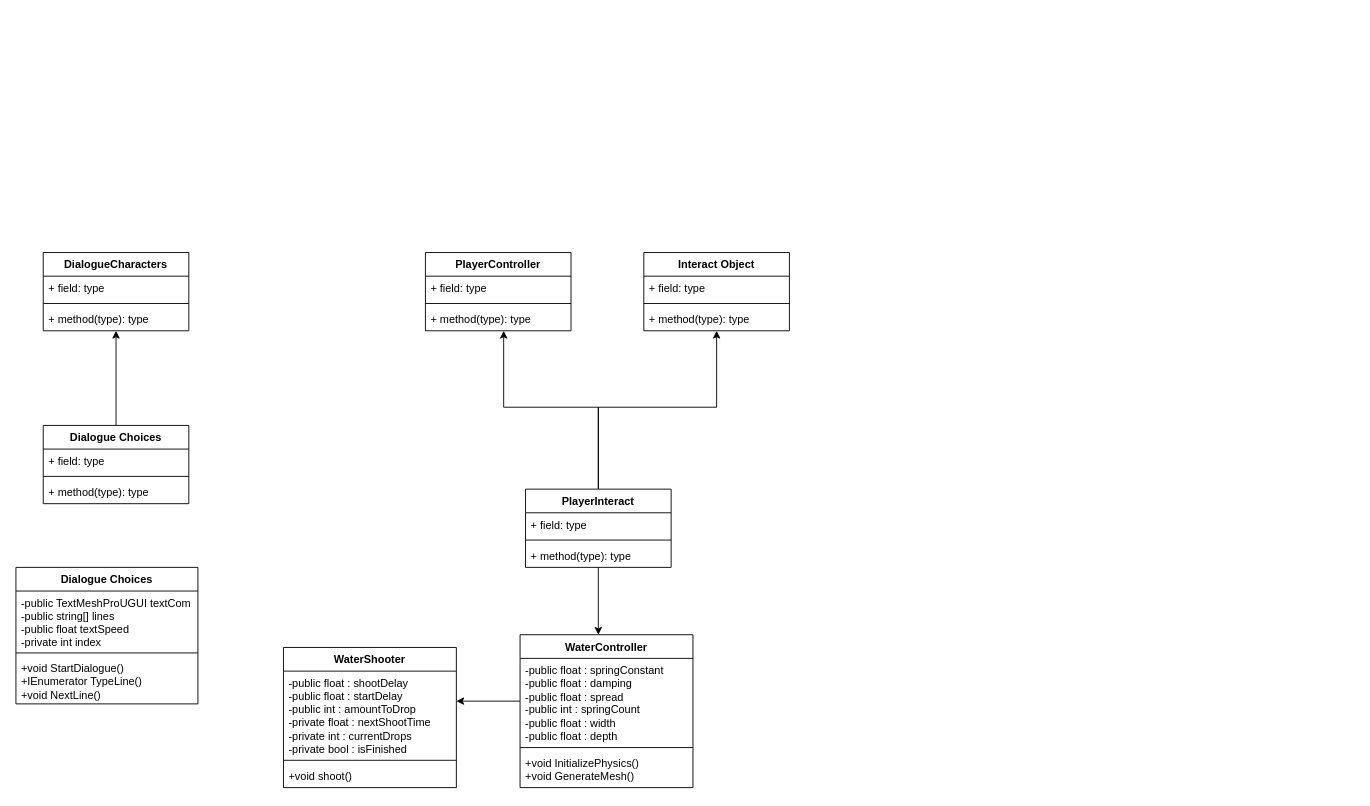
Above: skibidi Diagram.drawio in Blindman2233/ForDiagram (draw.io), before the change. Source tidied: cells renumbered, new cells numbered last; positions are measured from the earlier drawing's top-left corner, leaving out a move shared by most shapes. Both pictures are drawn from the tidied source at 91%, with x=0, y=0 at pixel (15, 252).
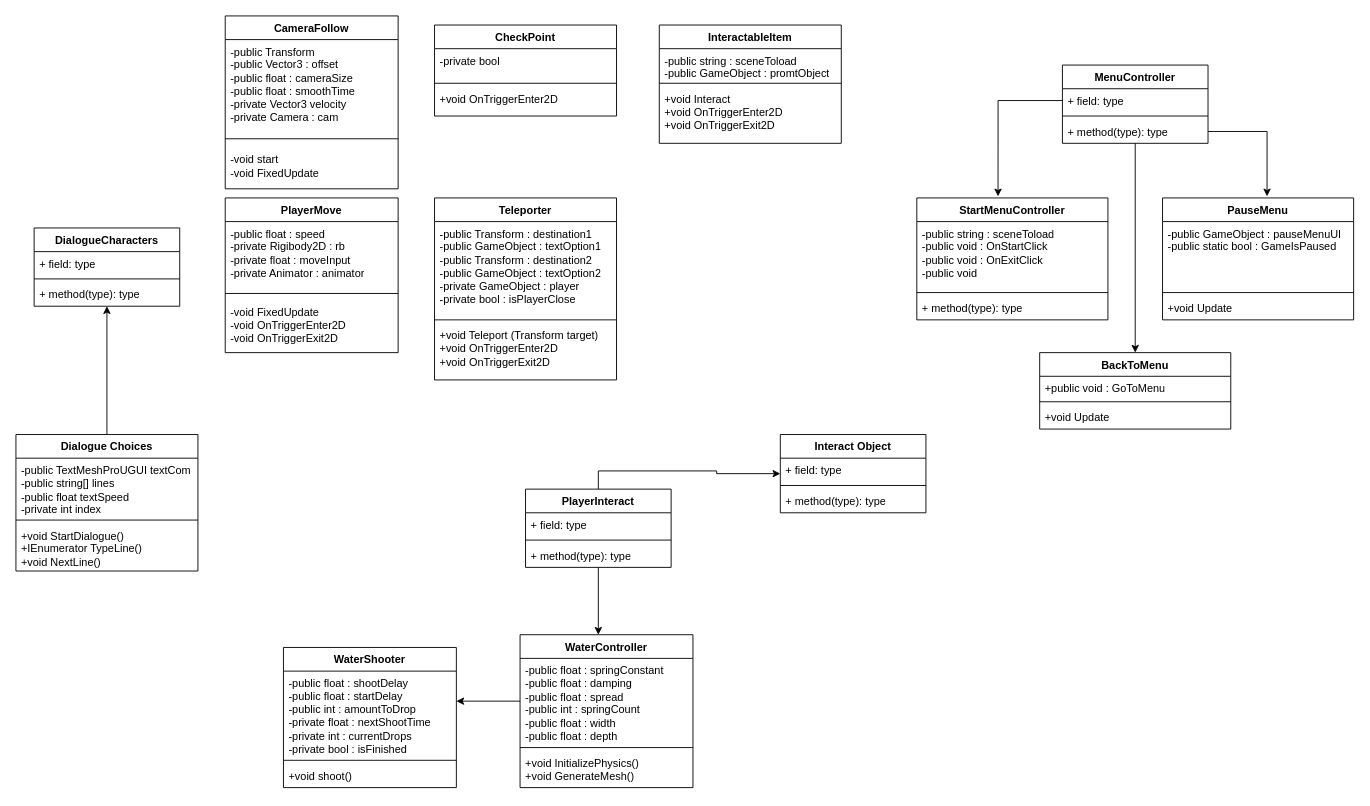
The same diagram, later.

Unchanged cells that the change refers to:
```xml
<mxCell id="13" value="PlayerInteract" style="swimlane;fontStyle=1;align=center;verticalAlign=top;horizontal=1;startSize=26;whiteSpace=wrap;html=1;" parent="1" vertex="1">
  <mxGeometry x="560" y="260" width="160" height="86" as="geometry" />
</mxCell>
```

What changed in the source:
```diff
@@
-    <mxCell id="6" value="PlayerController" style="swimlane;fontStyle=1;align=center;verticalAlign=top;horizontal=1;startSize=26;whiteSpace=wrap;html=1;" parent="1" vertex="1">
-      <mxGeometry x="450" width="160" height="86" as="geometry" />
-    </mxCell>
-    <mxCell id="7" value="+ field: type" style="text;strokeColor=none;fillColor=none;align=left;verticalAlign=top;spacingLeft=4;spacingRight=4;overflow=hidden;whiteSpace=wrap;html=1;" parent="6" vertex="1">
-      <mxGeometry y="26" width="160" height="26" as="geometry" />
-    </mxCell>
-    <mxCell id="8" style="line;strokeWidth=1;fillColor=none;align=left;verticalAlign=middle;spacingTop=-1;spacingLeft=3;spacingRight=3;labelPosition=right;strokeColor=inherit;" parent="6" vertex="1">
-      <mxGeometry y="52" width="160" height="8" as="geometry" />
-    </mxCell>
-    <mxCell id="9" value="+ method(type): type" style="text;strokeColor=none;fillColor=none;align=left;verticalAlign=top;spacingLeft=4;spacingRight=4;overflow=hidden;whiteSpace=wrap;html=1;" parent="6" vertex="1">
-      <mxGeometry y="60" width="160" height="26" as="geometry" />
-    </mxCell>
-    <mxCell id="10" style="edgeStyle=orthogonalEdgeStyle;rounded=0;jettySize=auto;html=1;" parent="1" edge="1" source="13" target="6">
-      <mxGeometry relative="1" as="geometry">
-        <Array as="points">
-          <mxPoint x="640" y="170" />
-          <mxPoint x="536" y="170" />
-        </Array>
-      </mxGeometry>
-    </mxCell>
     <mxCell id="11" style="edgeStyle=orthogonalEdgeStyle;rounded=0;jettySize=auto;html=1;" parent="1" edge="1" source="13" target="17">
       <mxGeometry relative="1" as="geometry">
         <Array as="points">
-          <mxPoint x="640" y="170" />
-          <mxPoint x="770" y="170" />
+          <mxPoint x="640" y="240" />
+          <mxPoint x="770" y="240" />
+          <mxPoint x="770" y="243" />
         </Array>
       </mxGeometry>
     </mxCell>
@@
     <mxCell id="17" value="Interact Object" style="swimlane;fontStyle=1;align=center;verticalAlign=top;horizontal=1;startSize=26;whiteSpace=wrap;html=1;" parent="1" vertex="1">
-      <mxGeometry x="690" width="160" height="86" as="geometry" />
+      <mxGeometry x="840" y="200" width="160" height="86" as="geometry" />
     </mxCell>
@@
     <mxCell id="21" value="DialogueCharacters" style="swimlane;fontStyle=1;align=center;verticalAlign=top;horizontal=1;startSize=26;whiteSpace=wrap;html=1;" parent="1" vertex="1">
-      <mxGeometry x="30" width="160" height="86" as="geometry" />
+      <mxGeometry x="20" y="-27" width="160" height="86" as="geometry" />
     </mxCell>
@@
-    <mxCell id="25" style="edgeStyle=orthogonalEdgeStyle;rounded=0;jettySize=auto;html=1;" parent="1" edge="1" source="26" target="21">
-      <mxGeometry relative="1" as="geometry" />
-    </mxCell>
-    <mxCell id="26" value="Dialogue Choices" style="swimlane;fontStyle=1;align=center;verticalAlign=top;horizontal=1;startSize=26;whiteSpace=wrap;html=1;" parent="1" vertex="1">
-      <mxGeometry x="30" y="190" width="160" height="86" as="geometry" />
-    </mxCell>
-    <mxCell id="27" value="+ field: type" style="text;strokeColor=none;fillColor=none;align=left;verticalAlign=top;spacingLeft=4;spacingRight=4;overflow=hidden;whiteSpace=wrap;html=1;" parent="26" vertex="1">
-      <mxGeometry y="26" width="160" height="26" as="geometry" />
-    </mxCell>
-    <mxCell id="28" style="line;strokeWidth=1;fillColor=none;align=left;verticalAlign=middle;spacingTop=-1;spacingLeft=3;spacingRight=3;labelPosition=right;strokeColor=inherit;" parent="26" vertex="1">
-      <mxGeometry y="52" width="160" height="8" as="geometry" />
-    </mxCell>
-    <mxCell id="29" value="+ method(type): type" style="text;strokeColor=none;fillColor=none;align=left;verticalAlign=top;spacingLeft=4;spacingRight=4;overflow=hidden;whiteSpace=wrap;html=1;" parent="26" vertex="1">
-      <mxGeometry y="60" width="160" height="26" as="geometry" />
-    </mxCell>
@@
+    <mxCell id="39" style="edgeStyle=orthogonalEdgeStyle;rounded=0;jettySize=auto;html=1;entryX=0.5;entryY=1;entryDx=0;entryDy=0;" parent="1" edge="1" source="35" target="21">
+      <mxGeometry relative="1" as="geometry" />
+    </mxCell>
     <mxCell id="35" value="Dialogue Choices" style="swimlane;fontStyle=1;align=center;verticalAlign=top;horizontal=1;startSize=26;whiteSpace=wrap;html=1;" parent="1" vertex="1">
-      <mxGeometry y="346" width="200" height="150" as="geometry" />
+      <mxGeometry y="200" width="200" height="150" as="geometry" />
     </mxCell>
@@
+    <mxCell id="40" value="PlayerMove" style="swimlane;fontStyle=1;align=center;verticalAlign=top;horizontal=1;startSize=26;whiteSpace=wrap;html=1;" parent="1" vertex="1">
+      <mxGeometry x="230" y="-60" width="190" height="170" as="geometry" />
+    </mxCell>
+    <mxCell id="41" value="-public float : speed&lt;div&gt;-private Rigibody2D : rb&lt;/div&gt;&lt;div&gt;-private float : moveInput&lt;/div&gt;&lt;div&gt;-private Animator : animator&lt;/div&gt;&lt;div&gt;&lt;br&gt;&lt;/div&gt;" style="text;strokeColor=none;fillColor=none;align=left;verticalAlign=top;spacingLeft=4;spacingRight=4;overflow=hidden;whiteSpace=wrap;html=1;" parent="40" vertex="1">
+      <mxGeometry y="26" width="190" height="74" as="geometry" />
+    </mxCell>
+    <mxCell id="42" style="line;strokeWidth=1;fillColor=none;align=left;verticalAlign=middle;spacingTop=-1;spacingLeft=3;spacingRight=3;labelPosition=right;strokeColor=inherit;" parent="40" vertex="1">
+      <mxGeometry y="100" width="190" height="10" as="geometry" />
+    </mxCell>
+    <mxCell id="43" value="&lt;div&gt;-void FixedUpdate&lt;/div&gt;-void OnTriggerEnter2D&lt;br&gt;&lt;div&gt;&lt;span style=&quot;background-color: transparent; color: light-dark(rgb(0, 0, 0), rgb(255, 255, 255));&quot;&gt;-void OnTriggerExit2D&lt;/span&gt;&amp;nbsp;&lt;/div&gt;" style="text;strokeColor=none;fillColor=none;align=left;verticalAlign=middle;spacingLeft=4;spacingRight=4;overflow=hidden;whiteSpace=wrap;html=1;" parent="40" vertex="1">
+      <mxGeometry y="110" width="190" height="60" as="geometry" />
+    </mxCell>
+    <mxCell id="44" value="Teleporter" style="swimlane;fontStyle=1;align=center;verticalAlign=top;horizontal=1;startSize=26;whiteSpace=wrap;html=1;" parent="1" vertex="1">
+      <mxGeometry x="460" y="-60" width="200" height="200" as="geometry" />
+    </mxCell>
+    <mxCell id="45" value="&lt;div&gt;-public Transform : destination1&lt;/div&gt;&lt;div&gt;-public GameObject : textOption1&lt;/div&gt;&lt;div&gt;-public Transform : destination2&lt;/div&gt;&lt;div&gt;-public GameObject : textOption2&lt;/div&gt;&lt;div&gt;-private GameObject : player&lt;/div&gt;&lt;div&gt;-private bool : isPlayerClose&amp;nbsp;&lt;/div&gt;" style="text;strokeColor=none;fillColor=none;align=left;verticalAlign=top;spacingLeft=4;spacingRight=4;overflow=hidden;whiteSpace=wrap;html=1;" parent="44" vertex="1">
+      <mxGeometry y="26" width="200" height="104" as="geometry" />
+    </mxCell>
+    <mxCell id="46" style="line;strokeWidth=1;fillColor=none;align=left;verticalAlign=middle;spacingTop=-1;spacingLeft=3;spacingRight=3;labelPosition=right;strokeColor=inherit;" parent="44" vertex="1">
+      <mxGeometry y="130" width="200" height="8" as="geometry" />
+    </mxCell>
+    <mxCell id="47" value="+void Teleport (Transform target)&lt;div&gt;+void OnTriggerEnter2D&lt;/div&gt;&lt;div&gt;+void OnTriggerExit2D&lt;/div&gt;" style="text;strokeColor=none;fillColor=none;align=left;verticalAlign=top;spacingLeft=4;spacingRight=4;overflow=hidden;whiteSpace=wrap;html=1;" parent="44" vertex="1">
+      <mxGeometry y="138" width="200" height="62" as="geometry" />
+    </mxCell>
+    <mxCell id="48" value="CheckPoint" style="swimlane;fontStyle=1;align=center;verticalAlign=top;horizontal=1;startSize=26;whiteSpace=wrap;html=1;" parent="1" vertex="1">
+      <mxGeometry x="460" y="-250" width="200" height="100" as="geometry" />
+    </mxCell>
+    <mxCell id="49" value="&lt;div&gt;-private bool&lt;/div&gt;" style="text;strokeColor=none;fillColor=none;align=left;verticalAlign=top;spacingLeft=4;spacingRight=4;overflow=hidden;whiteSpace=wrap;html=1;" parent="48" vertex="1">
+      <mxGeometry y="26" width="200" height="34" as="geometry" />
+    </mxCell>
+    <mxCell id="50" style="line;strokeWidth=1;fillColor=none;align=left;verticalAlign=middle;spacingTop=-1;spacingLeft=3;spacingRight=3;labelPosition=right;strokeColor=inherit;" parent="48" vertex="1">
+      <mxGeometry y="60" width="200" height="8" as="geometry" />
+    </mxCell>
+    <mxCell id="51" value="+void OnTriggerEnter2D" style="text;strokeColor=none;fillColor=none;align=left;verticalAlign=top;spacingLeft=4;spacingRight=4;overflow=hidden;whiteSpace=wrap;html=1;" parent="48" vertex="1">
+      <mxGeometry y="68" width="200" height="32" as="geometry" />
+    </mxCell>
+    <mxCell id="52" value="InteractableItem" style="swimlane;fontStyle=1;align=center;verticalAlign=top;horizontal=1;startSize=26;whiteSpace=wrap;html=1;" parent="1" vertex="1">
+      <mxGeometry x="707" y="-250" width="200" height="130" as="geometry" />
+    </mxCell>
+    <mxCell id="53" value="&lt;div&gt;-public string : sceneToload&lt;/div&gt;&lt;div&gt;-public GameObject : promtObject&lt;/div&gt;" style="text;strokeColor=none;fillColor=none;align=left;verticalAlign=top;spacingLeft=4;spacingRight=4;overflow=hidden;whiteSpace=wrap;html=1;" parent="52" vertex="1">
+      <mxGeometry y="26" width="200" height="34" as="geometry" />
+    </mxCell>
+    <mxCell id="54" style="line;strokeWidth=1;fillColor=none;align=left;verticalAlign=middle;spacingTop=-1;spacingLeft=3;spacingRight=3;labelPosition=right;strokeColor=inherit;" parent="52" vertex="1">
+      <mxGeometry y="60" width="200" height="8" as="geometry" />
+    </mxCell>
+    <mxCell id="55" value="+void Interact&lt;div&gt;+void OnTriggerEnter2D&lt;/div&gt;&lt;div&gt;+void OnTriggerExit2D&lt;/div&gt;" style="text;strokeColor=none;fillColor=none;align=left;verticalAlign=top;spacingLeft=4;spacingRight=4;overflow=hidden;whiteSpace=wrap;html=1;" parent="52" vertex="1">
+      <mxGeometry y="68" width="200" height="62" as="geometry" />
+    </mxCell>
+    <mxCell id="56" value="CameraFollow" style="swimlane;fontStyle=1;align=center;verticalAlign=top;horizontal=1;startSize=26;whiteSpace=wrap;html=1;" parent="1" vertex="1">
+      <mxGeometry x="230" y="-260" width="190" height="190" as="geometry" />
+    </mxCell>
+    <mxCell id="57" value="-public Transform&lt;div&gt;-public Vector3 : offset&lt;/div&gt;&lt;div&gt;-public float : cameraSize&lt;/div&gt;&lt;div&gt;-public float : smoothTime&lt;/div&gt;&lt;div&gt;-private Vector3 velocity&lt;/div&gt;&lt;div&gt;-private Camera : cam&lt;/div&gt;" style="text;strokeColor=none;fillColor=none;align=left;verticalAlign=top;spacingLeft=4;spacingRight=4;overflow=hidden;whiteSpace=wrap;html=1;" parent="56" vertex="1">
+      <mxGeometry y="26" width="190" height="104" as="geometry" />
+    </mxCell>
+    <mxCell id="58" style="line;strokeWidth=1;fillColor=none;align=left;verticalAlign=middle;spacingTop=-1;spacingLeft=3;spacingRight=3;labelPosition=right;strokeColor=inherit;" parent="56" vertex="1">
+      <mxGeometry y="130" width="190" height="10" as="geometry" />
+    </mxCell>
+    <mxCell id="59" value="&lt;div&gt;-void start&lt;/div&gt;&lt;div&gt;-void FixedUpdate&lt;/div&gt;" style="text;strokeColor=none;fillColor=none;align=left;verticalAlign=middle;spacingLeft=4;spacingRight=4;overflow=hidden;whiteSpace=wrap;html=1;" parent="56" vertex="1">
+      <mxGeometry y="140" width="190" height="50" as="geometry" />
+    </mxCell>
+    <mxCell id="60" style="edgeStyle=orthogonalEdgeStyle;rounded=0;jettySize=auto;html=1;entryX=0.5;entryY=0;entryDx=0;entryDy=0;" parent="1" edge="1" source="61" target="73">
+      <mxGeometry relative="1" as="geometry" />
+    </mxCell>
+    <mxCell id="61" value="MenuController" style="swimlane;fontStyle=1;align=center;verticalAlign=top;horizontal=1;startSize=26;whiteSpace=wrap;html=1;" parent="1" vertex="1">
+      <mxGeometry x="1150" y="-206" width="160" height="86" as="geometry" />
+    </mxCell>
+    <mxCell id="62" value="+ field: type" style="text;strokeColor=none;fillColor=none;align=left;verticalAlign=top;spacingLeft=4;spacingRight=4;overflow=hidden;points=[[0,0.5],[1,0.5]];portConstraint=eastwest;whiteSpace=wrap;html=1;" parent="61" vertex="1">
+      <mxGeometry y="26" width="160" height="26" as="geometry" />
+    </mxCell>
+    <mxCell id="63" style="line;strokeWidth=1;fillColor=none;align=left;verticalAlign=middle;spacingTop=-1;spacingLeft=3;spacingRight=3;labelPosition=right;strokeColor=inherit;" parent="61" vertex="1">
+      <mxGeometry y="52" width="160" height="8" as="geometry" />
+    </mxCell>
+    <mxCell id="64" value="+ method(type): type" style="text;strokeColor=none;fillColor=none;align=left;verticalAlign=top;spacingLeft=4;spacingRight=4;overflow=hidden;points=[[0,0.5],[1,0.5]];portConstraint=eastwest;whiteSpace=wrap;html=1;" parent="61" vertex="1">
+      <mxGeometry y="60" width="160" height="26" as="geometry" />
+    </mxCell>
+    <mxCell id="65" value="StartMenuController" style="swimlane;fontStyle=1;align=center;verticalAlign=top;horizontal=1;startSize=26;whiteSpace=wrap;html=1;" parent="1" vertex="1">
+      <mxGeometry x="990" y="-60" width="210" height="134" as="geometry" />
+    </mxCell>
+    <mxCell id="66" value="-public string : sceneToload&lt;div&gt;-public void : OnStartClick&lt;/div&gt;&lt;div&gt;-public void : OnExitClick&lt;/div&gt;&lt;div&gt;-public void&amp;nbsp;&lt;/div&gt;" style="text;strokeColor=none;fillColor=none;align=left;verticalAlign=top;spacingLeft=4;spacingRight=4;overflow=hidden;whiteSpace=wrap;html=1;" parent="65" vertex="1">
+      <mxGeometry y="26" width="210" height="74" as="geometry" />
+    </mxCell>
+    <mxCell id="67" style="line;strokeWidth=1;fillColor=none;align=left;verticalAlign=middle;spacingTop=-1;spacingLeft=3;spacingRight=3;labelPosition=right;strokeColor=inherit;" parent="65" vertex="1">
+      <mxGeometry y="100" width="210" height="8" as="geometry" />
+    </mxCell>
+    <mxCell id="68" value="+ method(type): type" style="text;strokeColor=none;fillColor=none;align=left;verticalAlign=top;spacingLeft=4;spacingRight=4;overflow=hidden;whiteSpace=wrap;html=1;" parent="65" vertex="1">
+      <mxGeometry y="108" width="210" height="26" as="geometry" />
+    </mxCell>
+    <mxCell id="69" value="PauseMenu" style="swimlane;fontStyle=1;align=center;verticalAlign=top;horizontal=1;startSize=26;whiteSpace=wrap;html=1;" parent="1" vertex="1">
+      <mxGeometry x="1260" y="-60" width="210" height="134" as="geometry" />
+    </mxCell>
+    <mxCell id="70" value="-public GameObject : pauseMenuUI&lt;div&gt;-public static bool : GameIsPaused&lt;/div&gt;&lt;div&gt;&lt;br&gt;&lt;/div&gt;" style="text;strokeColor=none;fillColor=none;align=left;verticalAlign=top;spacingLeft=4;spacingRight=4;overflow=hidden;whiteSpace=wrap;html=1;" parent="69" vertex="1">
+      <mxGeometry y="26" width="210" height="74" as="geometry" />
+    </mxCell>
+    <mxCell id="71" style="line;strokeWidth=1;fillColor=none;align=left;verticalAlign=middle;spacingTop=-1;spacingLeft=3;spacingRight=3;labelPosition=right;strokeColor=inherit;" parent="69" vertex="1">
+      <mxGeometry y="100" width="210" height="8" as="geometry" />
+    </mxCell>
+    <mxCell id="72" value="+void Update" style="text;strokeColor=none;fillColor=none;align=left;verticalAlign=top;spacingLeft=4;spacingRight=4;overflow=hidden;whiteSpace=wrap;html=1;" parent="69" vertex="1">
+      <mxGeometry y="108" width="210" height="26" as="geometry" />
+    </mxCell>
+    <mxCell id="73" value="BackToMenu" style="swimlane;fontStyle=1;align=center;verticalAlign=top;horizontal=1;startSize=26;whiteSpace=wrap;html=1;" parent="1" vertex="1">
+      <mxGeometry x="1125" y="110" width="210" height="84" as="geometry" />
+    </mxCell>
+    <mxCell id="74" value="+public void : GoToMenu" style="text;strokeColor=none;fillColor=none;align=left;verticalAlign=top;spacingLeft=4;spacingRight=4;overflow=hidden;whiteSpace=wrap;html=1;" parent="73" vertex="1">
+      <mxGeometry y="26" width="210" height="24" as="geometry" />
+    </mxCell>
+    <mxCell id="75" style="line;strokeWidth=1;fillColor=none;align=left;verticalAlign=middle;spacingTop=-1;spacingLeft=3;spacingRight=3;labelPosition=right;strokeColor=inherit;" parent="73" vertex="1">
+      <mxGeometry y="50" width="210" height="8" as="geometry" />
+    </mxCell>
+    <mxCell id="76" value="+void Update" style="text;strokeColor=none;fillColor=none;align=left;verticalAlign=top;spacingLeft=4;spacingRight=4;overflow=hidden;whiteSpace=wrap;html=1;" parent="73" vertex="1">
+      <mxGeometry y="58" width="210" height="26" as="geometry" />
+    </mxCell>
+    <mxCell id="77" style="edgeStyle=orthogonalEdgeStyle;rounded=0;jettySize=auto;html=1;entryX=0.547;entryY=-0.013;entryDx=0;entryDy=0;entryPerimeter=0;" parent="1" edge="1" source="64" target="69">
+      <mxGeometry relative="1" as="geometry" />
+    </mxCell>
+    <mxCell id="78" style="edgeStyle=orthogonalEdgeStyle;rounded=0;jettySize=auto;html=1;entryX=0.425;entryY=-0.013;entryDx=0;entryDy=0;entryPerimeter=0;" parent="1" edge="1" source="62" target="65">
+      <mxGeometry relative="1" as="geometry" />
+    </mxCell>
```
